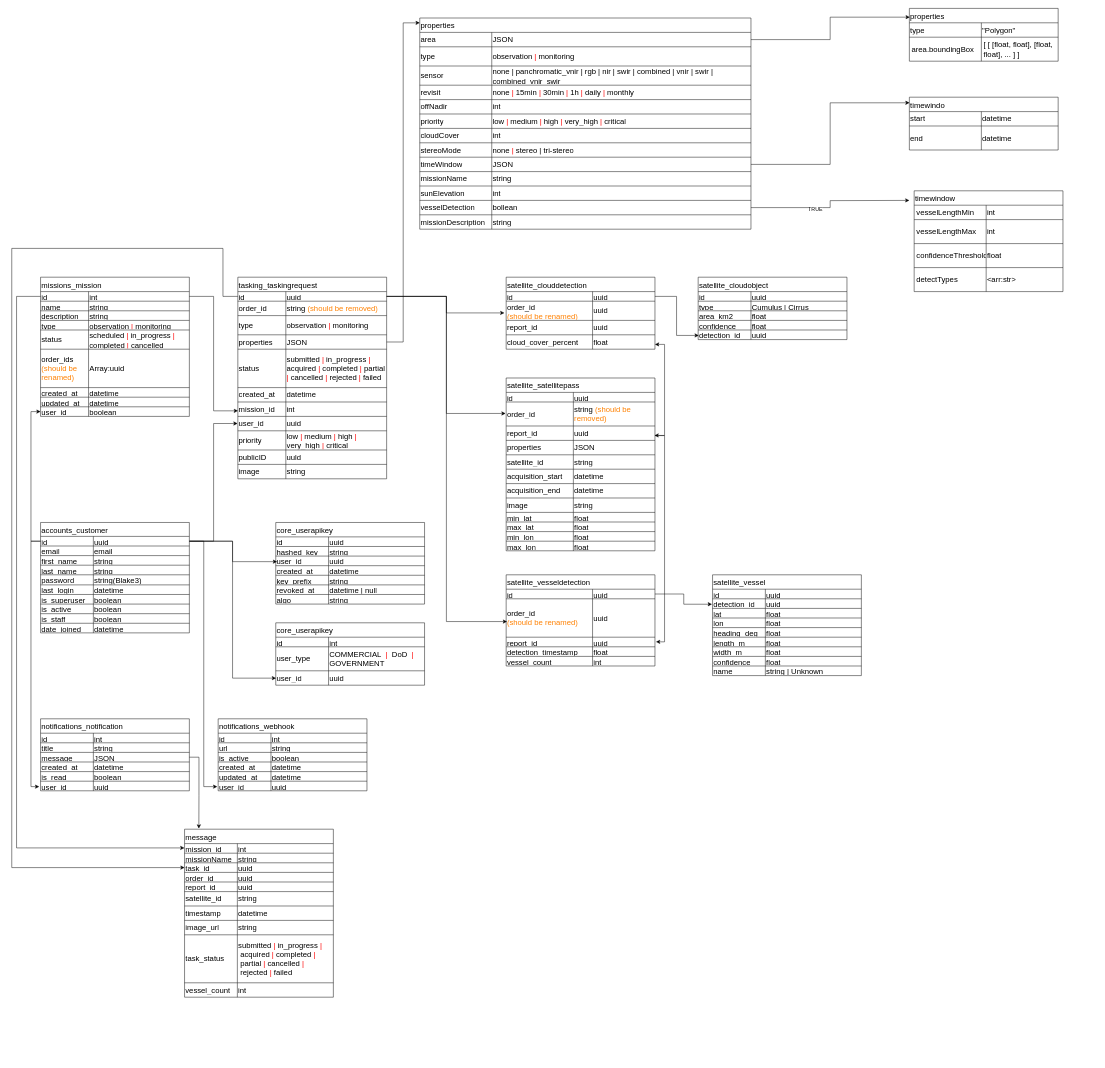
vrezhMikDeepsat/OrionsBeltStructure keeps this draw.io diagram as page "DB Structure" (1 of 2) of diagrams/Orion's Belt.drawio. Above is the earlier version. Source tidied: cells renumbered, new cells numbered last; positions are measured from the earlier drawing's top-left corner, leaving out a move shared by most shapes. Both pictures are drawn from the tidied source at 48%, with x=0, y=0 at pixel (12, 8).
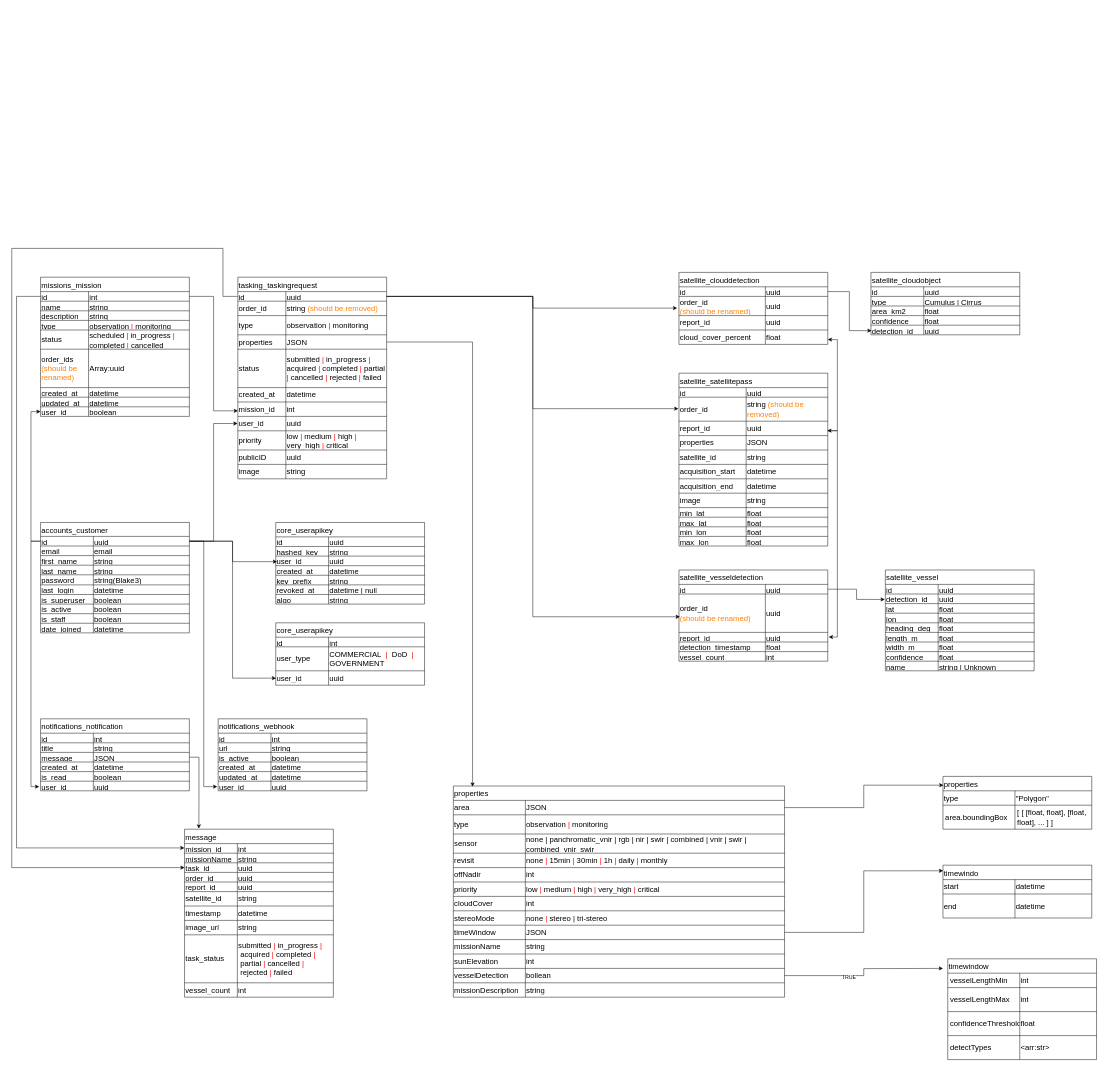
Above is the later version.

Commit message (it also covers changes not shown here):
add: docker structure

The change refers to these unchanged cells:
```xml
<mxCell id="106" style="shape=tableRow;horizontal=0;startSize=0;swimlaneHead=0;swimlaneBody=0;strokeColor=inherit;top=0;left=0;bottom=0;right=0;fillColor=none;points=[[0,0.5],[1,0.5]];portConstraint=eastwest;fontSize=16;align=left;" parent="96" vertex="1">
  <mxGeometry y="120" width="310" height="30" as="geometry" />
</mxCell>
<mxCell id="210" style="shape=tableRow;horizontal=0;startSize=0;swimlaneHead=0;swimlaneBody=0;strokeColor=inherit;top=0;left=0;bottom=0;right=0;fillColor=none;points=[[0,0.5],[1,0.5]];portConstraint=eastwest;fontSize=16;align=left;" parent="203" vertex="1">
  <mxGeometry y="100" width="310" height="30" as="geometry" />
</mxCell>
<mxCell id="249" style="shape=tableRow;horizontal=0;startSize=0;swimlaneHead=0;swimlaneBody=0;strokeColor=inherit;top=0;left=0;bottom=0;right=0;fillColor=none;points=[[0,0.5],[1,0.5]];portConstraint=eastwest;fontSize=16;align=left;" parent="242" vertex="1">
  <mxGeometry y="130" width="310" height="20" as="geometry" />
</mxCell>
<mxCell id="323" style="shape=tableRow;horizontal=0;startSize=0;swimlaneHead=0;swimlaneBody=0;strokeColor=inherit;top=0;left=0;bottom=0;right=0;fillColor=none;points=[[0,0.5],[1,0.5]];portConstraint=eastwest;fontSize=16;align=left;" parent="289" vertex="1">
  <mxGeometry y="380" width="690" height="30" as="geometry" />
</mxCell>
```

The edit, as a diff of the source:
```diff
@@
     <mxCell id="172" value="satellite_cloudobject" style="shape=table;startSize=30;childLayout=tableLayout;strokeColor=default;fontSize=16;fontColor=default;textShadow=0;align=left;" parent="1" vertex="1">
-      <mxGeometry x="1430" y="560" width="310" height="130" as="geometry" />
+      <mxGeometry x="1790" y="550" width="310" height="130" as="geometry" />
     </mxCell>
@@
     <mxCell id="188" value="satellite_clouddetection" style="shape=table;startSize=30;childLayout=tableLayout;strokeColor=default;fontSize=16;fontColor=default;textShadow=0;align=left;" parent="1" vertex="1">
-      <mxGeometry x="1030" y="560" width="310" height="150" as="geometry" />
+      <mxGeometry x="1390" y="550" width="310" height="150" as="geometry" />
     </mxCell>
@@
     <mxCell id="203" value="satellite_satellitepass" style="shape=table;startSize=30;childLayout=tableLayout;strokeColor=default;fontSize=16;fontColor=default;textShadow=0;align=left;" parent="1" vertex="1">
-      <mxGeometry x="1030" y="770" width="310" height="360" as="geometry" />
+      <mxGeometry x="1390" y="760" width="310" height="360" as="geometry" />
     </mxCell>
@@
     <mxCell id="241" style="edgeStyle=orthogonalEdgeStyle;rounded=0;jettySize=auto;html=1;entryX=0.997;entryY=0.655;entryDx=0;entryDy=0;entryPerimeter=0;strokeColor=default;startArrow=classic;startFill=1;align=left;" parent="1" edge="1" target="210">
       <mxGeometry relative="1" as="geometry">
-        <mxPoint x="1340" y="700" as="sourcePoint" />
+        <mxPoint x="1700" y="690" as="sourcePoint" />
         <Array as="points">
-          <mxPoint x="1360" y="700" />
-          <mxPoint x="1360" y="890" />
+          <mxPoint x="1720" y="690" />
+          <mxPoint x="1720" y="880" />
         </Array>
       </mxGeometry>
     </mxCell>
     <mxCell id="242" value="satellite_vesseldetection" style="shape=table;startSize=30;childLayout=tableLayout;strokeColor=default;fontSize=16;fontColor=default;textShadow=0;align=left;" parent="1" vertex="1">
-      <mxGeometry x="1030" y="1180" width="310" height="190" as="geometry" />
+      <mxGeometry x="1390" y="1170" width="310" height="190" as="geometry" />
     </mxCell>
@@
     <mxCell id="258" value="satellite_vessel" style="shape=table;startSize=30;childLayout=tableLayout;strokeColor=default;fontSize=16;fontColor=default;textShadow=0;align=left;" parent="1" vertex="1">
-      <mxGeometry x="1460" y="1180" width="310" height="210" as="geometry" />
+      <mxGeometry x="1820" y="1170" width="310" height="210" as="geometry" />
     </mxCell>
@@
     <mxCell id="286" style="edgeStyle=orthogonalEdgeStyle;rounded=0;jettySize=auto;html=1;entryX=1.007;entryY=0.483;entryDx=0;entryDy=0;entryPerimeter=0;align=left;" parent="1" edge="1" source="210" target="249">
       <mxGeometry relative="1" as="geometry">
         <Array as="points">
-          <mxPoint x="1360" y="890" />
-          <mxPoint x="1360" y="1320" />
+          <mxPoint x="1720" y="880" />
+          <mxPoint x="1720" y="1310" />
         </Array>
       </mxGeometry>
     </mxCell>
@@
     <mxCell id="289" value="properties" style="shape=table;startSize=30;childLayout=tableLayout;strokeColor=default;fontSize=16;fontColor=default;textShadow=0;align=left;" parent="1" vertex="1">
-      <mxGeometry x="850" y="20" width="690" height="440" as="geometry" />
+      <mxGeometry x="920" y="1620" width="690" height="440" as="geometry" />
     </mxCell>
@@
     <mxCell id="329" value="properties" style="shape=table;startSize=30;childLayout=tableLayout;strokeColor=default;fontSize=16;fontColor=default;textShadow=0;align=left;" parent="1" vertex="1">
-      <mxGeometry x="1870" width="310" height="110" as="geometry" />
+      <mxGeometry x="1940" y="1600" width="310" height="110" as="geometry" />
     </mxCell>
@@
-    <mxCell id="337" style="edgeStyle=orthogonalEdgeStyle;rounded=0;jettySize=auto;html=1;entryX=0;entryY=0.023;entryDx=0;entryDy=0;entryPerimeter=0;" parent="1" edge="1" source="106" target="289">
-      <mxGeometry relative="1" as="geometry" />
+    <mxCell id="337" style="edgeStyle=orthogonalEdgeStyle;rounded=0;jettySize=auto;html=1;entryX=0.058;entryY=0.003;entryDx=0;entryDy=0;entryPerimeter=0;" parent="1" edge="1" source="106" target="289">
+      <mxGeometry relative="1" as="geometry">
+        <Array as="points">
+          <mxPoint x="960" y="695" />
+        </Array>
+      </mxGeometry>
     </mxCell>
     <mxCell id="338" value="timewindo" style="shape=table;startSize=30;childLayout=tableLayout;strokeColor=default;fontSize=16;fontColor=default;textShadow=0;align=left;" parent="1" vertex="1">
-      <mxGeometry x="1870" y="185" width="310" height="110" as="geometry" />
+      <mxGeometry x="1940" y="1785" width="310" height="110" as="geometry" />
     </mxCell>
@@
     <mxCell id="346" value="timewindow" style="shape=table;startSize=30;childLayout=tableLayout;strokeColor=default;fontSize=16;fontColor=default;textShadow=0;align=left;" parent="1" vertex="1">
-      <mxGeometry x="1880" y="380" width="310" height="210" as="geometry" />
+      <mxGeometry x="1950" y="1980" width="310" height="210" as="geometry" />
     </mxCell>
@@
     <mxCell id="359" style="edgeStyle=orthogonalEdgeStyle;rounded=0;jettySize=auto;html=1;" parent="1" edge="1" source="323">
       <mxGeometry relative="1" as="geometry">
-        <mxPoint x="1870" y="400" as="targetPoint" />
+        <mxPoint x="1940" y="2000" as="targetPoint" />
       </mxGeometry>
     </mxCell>
```
